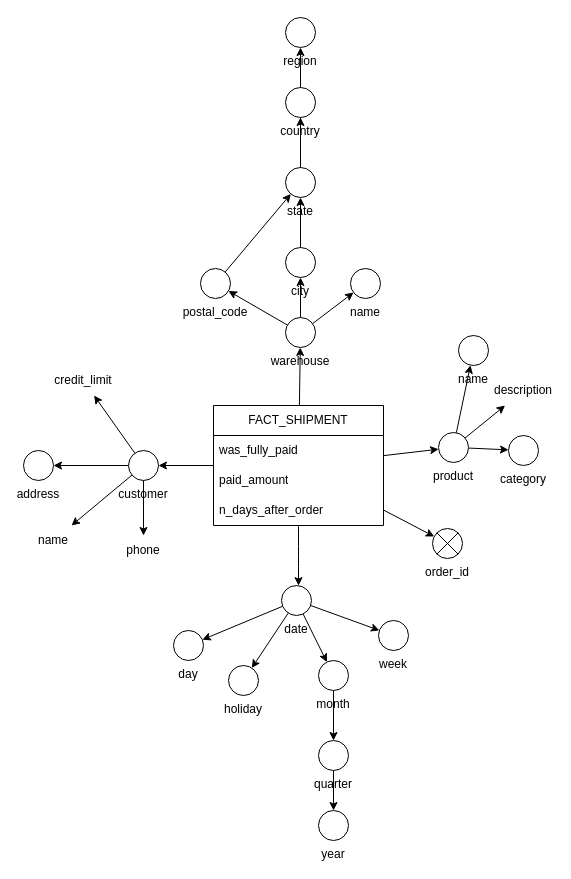
joaobraganca555/GlobalTech_ETL keeps this draw.io diagram as page "SHIPPMENT_FACT" (3 of 4) of docs/drawio/DFM.drawio. Above is the earlier version. Source tidied: cells renumbered, new cells numbered last; positions are measured from the earlier drawing's top-left corner, leaving out a move shared by most shapes. Both pictures are drawn from the tidied source at 100%, with x=0, y=0 at pixel (23, 17).
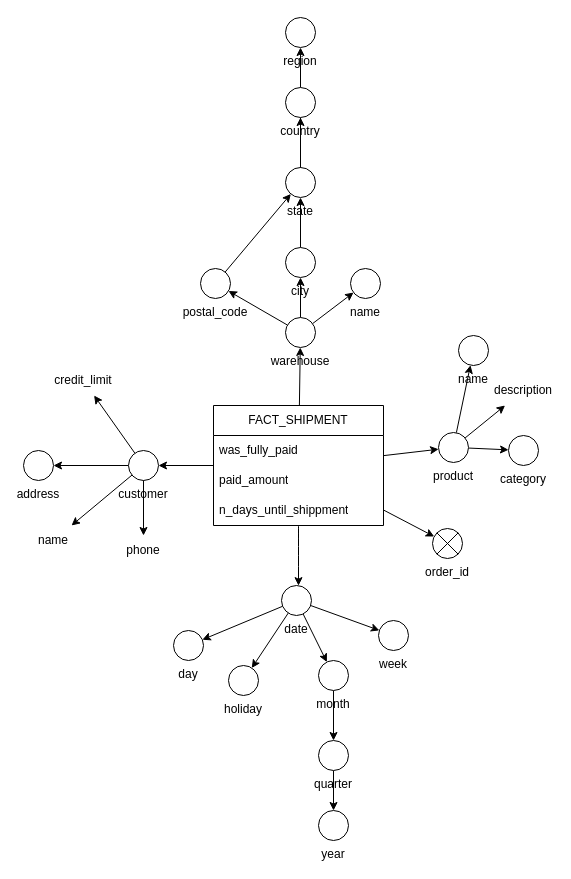
Above is the later version.

Unchanged cells that the change refers to:
```xml
<mxCell id="2" value="FACT_SHIPMENT" style="swimlane;fontStyle=0;horizontal=1;startSize=30;whiteSpace=wrap;html=1;" parent="1" vertex="1">
  <mxGeometry x="190" y="388" width="170" height="120" as="geometry" />
</mxCell>
```

Change to the diagram source:
```diff
@@
-    <mxCell id="5" value="n_days_after_order" style="text;strokeColor=none;fillColor=none;align=left;verticalAlign=middle;spacingLeft=4;spacingRight=4;overflow=hidden;whiteSpace=wrap;html=1;" parent="2" vertex="1">
+    <mxCell id="5" value="n_days_until_shippment" style="text;strokeColor=none;fillColor=none;align=left;verticalAlign=middle;spacingLeft=4;spacingRight=4;overflow=hidden;whiteSpace=wrap;html=1;" parent="2" vertex="1">
       <mxGeometry y="90" width="170" height="30" as="geometry" />
     </mxCell>
```
